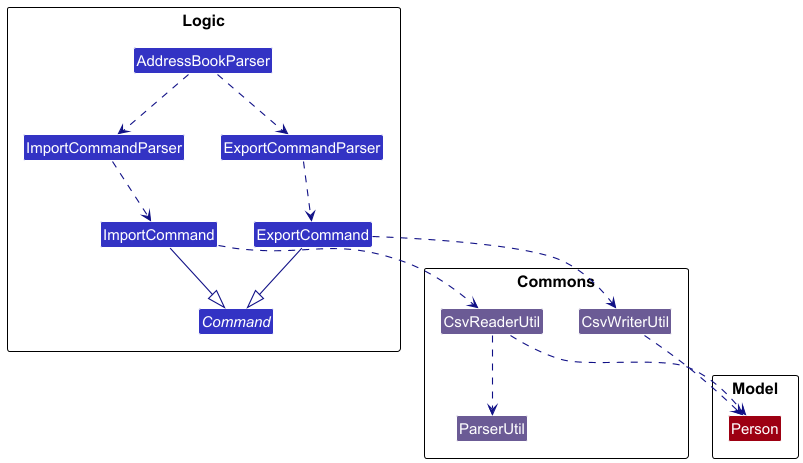
This is docs/images/CsvImportExportCommandClassDiagram.png from AY2526S2-CS2103T-T12-1/tp, a PlantUML export, as it was before one commit. Its diagram source:
```plantuml
@startuml
!include style.puml
skinparam arrowThickness 1.1
skinparam arrowColor LOGIC_COLOR_T4
skinparam classBackgroundColor LOGIC_COLOR


package Logic  {
  class AddressBookParser LOGIC_COLOR
  class ExportCommandParser LOGIC_COLOR
  class ImportCommandParser LOGIC_COLOR

  abstract class Command LOGIC_COLOR
  class ExportCommand LOGIC_COLOR
  class ImportCommand LOGIC_COLOR
}

package Commons  {
  class CsvWriterUtil COMMONS_COLOR
  class CsvReaderUtil COMMONS_COLOR
  class ParserUtil COMMONS_COLOR
}

package Model {
  class Person MODEL_COLOR
}

AddressBookParser ..> ExportCommandParser
AddressBookParser ..> ImportCommandParser

ExportCommandParser ..> ExportCommand
ImportCommandParser ..> ImportCommand

ExportCommand --|> Command
ImportCommand --|> Command

ExportCommand ..> CsvWriterUtil

ImportCommand ..> CsvReaderUtil

CsvWriterUtil ..> Person
CsvReaderUtil ..> Person
CsvReaderUtil ..> ParserUtil
@enduml
```
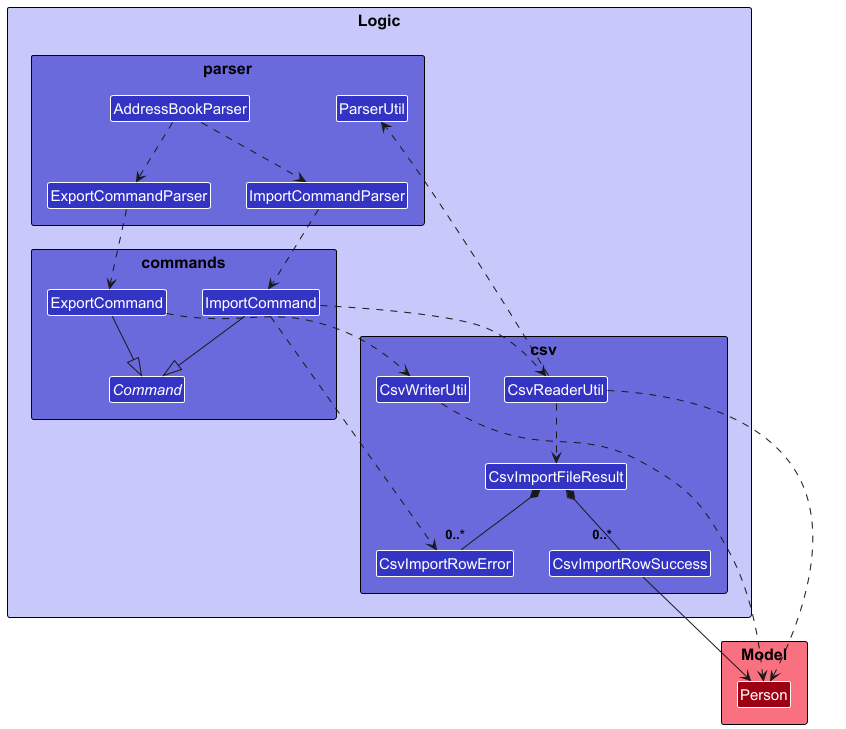
Later version of the same file.

Change to the diagram source:
```diff
@@ -1,27 +1,33 @@
 @startuml
 !include style.puml
-skinparam arrowThickness 1.1
-skinparam arrowColor LOGIC_COLOR_T4
-skinparam classBackgroundColor LOGIC_COLOR
+skinparam classAttributeIconSize 0
+hide empty members
 
+package Logic LOGIC_COLOR_T1 {
 
-package Logic  {
-  class AddressBookParser LOGIC_COLOR
-  class ExportCommandParser LOGIC_COLOR
-  class ImportCommandParser LOGIC_COLOR
+  package commands LOGIC_COLOR_T2 {
+    abstract class Command LOGIC_COLOR
+    class ExportCommand LOGIC_COLOR
+    class ImportCommand LOGIC_COLOR
+  }
 
-  abstract class Command LOGIC_COLOR
-  class ExportCommand LOGIC_COLOR
-  class ImportCommand LOGIC_COLOR
+  package parser LOGIC_COLOR_T2 {
+    class AddressBookParser LOGIC_COLOR
+    class ExportCommandParser LOGIC_COLOR
+    class ImportCommandParser LOGIC_COLOR
+    class ParserUtil LOGIC_COLOR
+  }
+
+  package csv LOGIC_COLOR_T2 {
+    class CsvWriterUtil LOGIC_COLOR
+    class CsvReaderUtil LOGIC_COLOR
+    class CsvImportFileResult LOGIC_COLOR
+    class CsvImportRowSuccess LOGIC_COLOR
+    class CsvImportRowError LOGIC_COLOR
+  }
 }
 
-package Commons  {
-  class CsvWriterUtil COMMONS_COLOR
-  class CsvReaderUtil COMMONS_COLOR
-  class ParserUtil COMMONS_COLOR
-}
-
-package Model {
+package Model MODEL_COLOR_T1 {
   class Person MODEL_COLOR
 }
 
@@ -37,8 +43,14 @@
 ExportCommand ..> CsvWriterUtil
 
 ImportCommand ..> CsvReaderUtil
+ImportCommand ..> CsvImportRowError
 
 CsvWriterUtil ..> Person
+
+CsvReaderUtil ..> ParserUtil
 CsvReaderUtil ..> Person
-CsvReaderUtil ..> ParserUtil
+CsvReaderUtil ..> CsvImportFileResult
+CsvImportFileResult *-- "0..*" CsvImportRowSuccess
+CsvImportFileResult *-- "0..*" CsvImportRowError
+CsvImportRowSuccess --> Person
 @enduml
```
